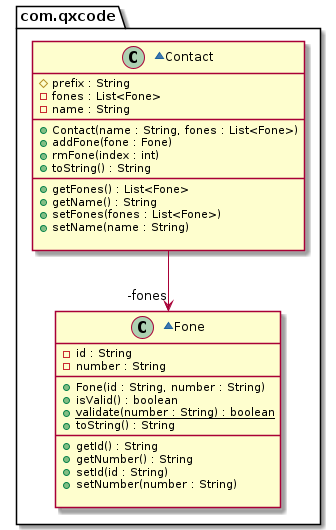
Before: base/014/diagrama.png, a diagram exported from PlantUML (qxcodepoo/arcade).
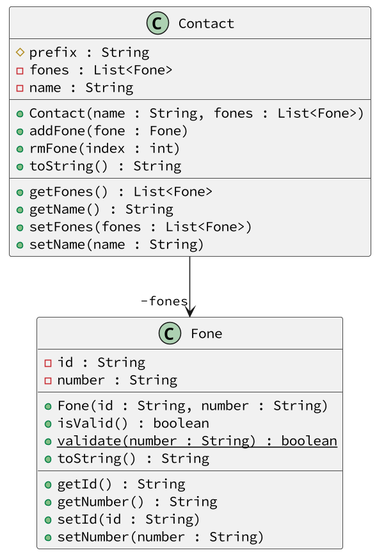
Later version of the same file.

The edit, as a diff of the source:
```diff
@@ -1,36 +1,34 @@
 @startuml
-package com.qxcode {
-  ~class Contact {
-    # prefix : String
-    - fones : List<Fone>
-    - name : String
-    __
-    + Contact(name : String, fones : List<Fone>)
-    + addFone(fone : Fone)
-    + rmFone(index : int)
-    + toString() : String
-    __
-    + getFones() : List<Fone>
-    + getName() : String
-    + setFones(fones : List<Fone>)
-    + setName(name : String)
-
-  }
-  ~class Fone {
-    - id : String
-    - number : String
-    __
-    + Fone(id : String, number : String)
-    + isValid() : boolean
-    + validate(number : String) : boolean {static}
-    + toString() : String
-    __
-    + getId() : String
-    + getNumber() : String
-    + setId(id : String)
-    + setNumber(number : String)
-
-  }
+skinparam defaultFontName Hasklig
+skinparam dpi 150
+class Contact {
+  # prefix : String
+  - fones : List<Fone>
+  - name : String
+  __
+  + Contact(name : String, fones : List<Fone>)
+  + addFone(fone : Fone)
+  + rmFone(index : int)
+  + toString() : String
+  __
+  + getFones() : List<Fone>
+  + getName() : String
+  + setFones(fones : List<Fone>)
+  + setName(name : String)
+}
+class Fone {
+  - id : String
+  - number : String
+  __
+  + Fone(id : String, number : String)
+  + isValid() : boolean
+  + validate(number : String) : boolean {static}
+  + toString() : String
+  __
+  + getId() : String
+  + getNumber() : String
+  + setId(id : String)
+  + setNumber(number : String)
 }
 Contact -->  "-fones" Fone
 @enduml
```
